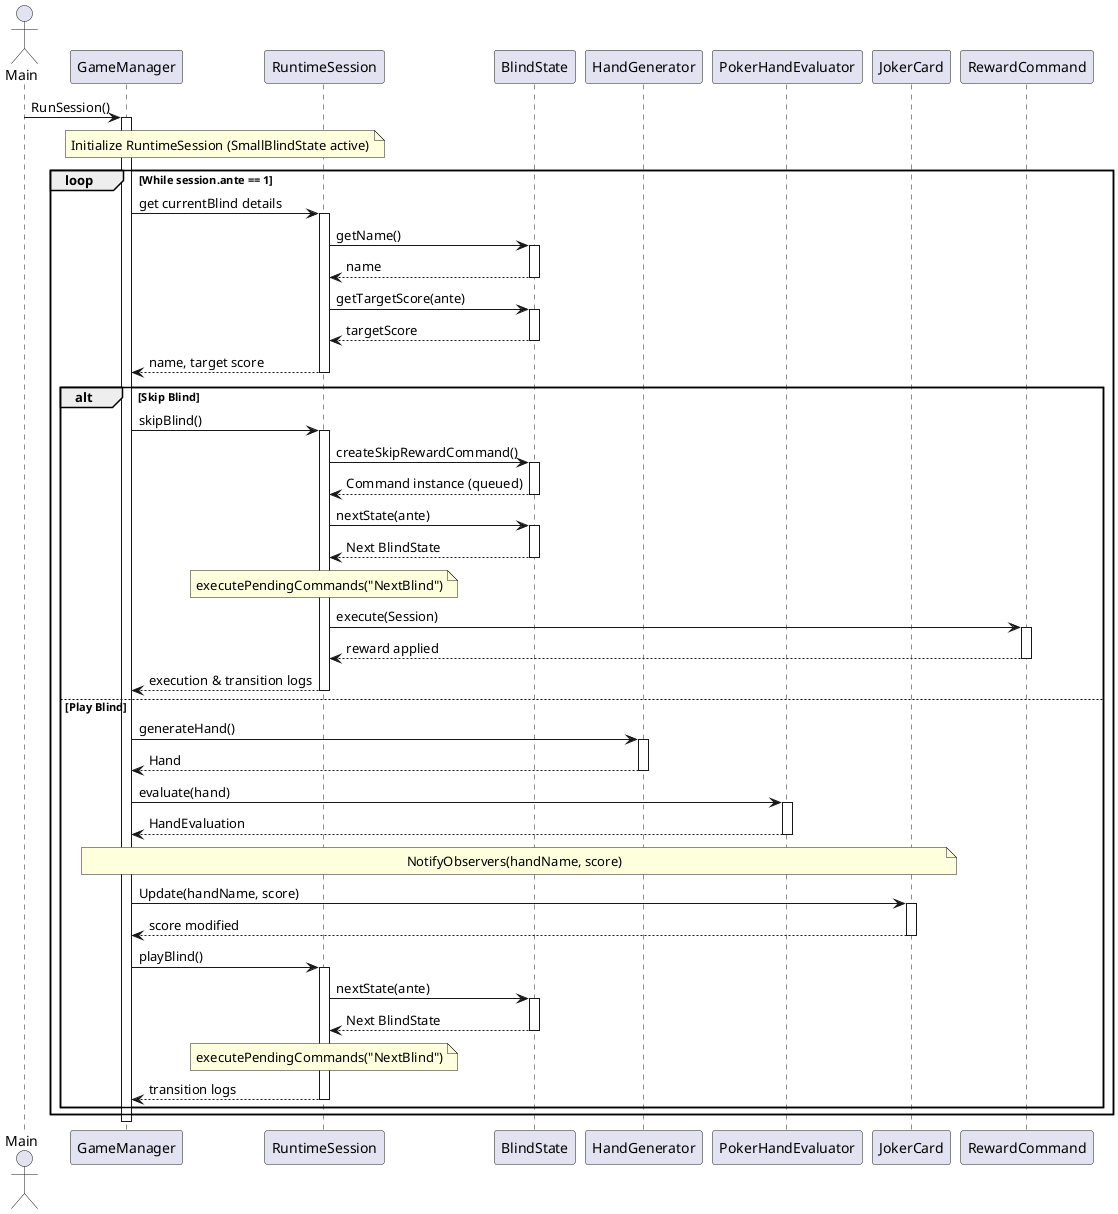
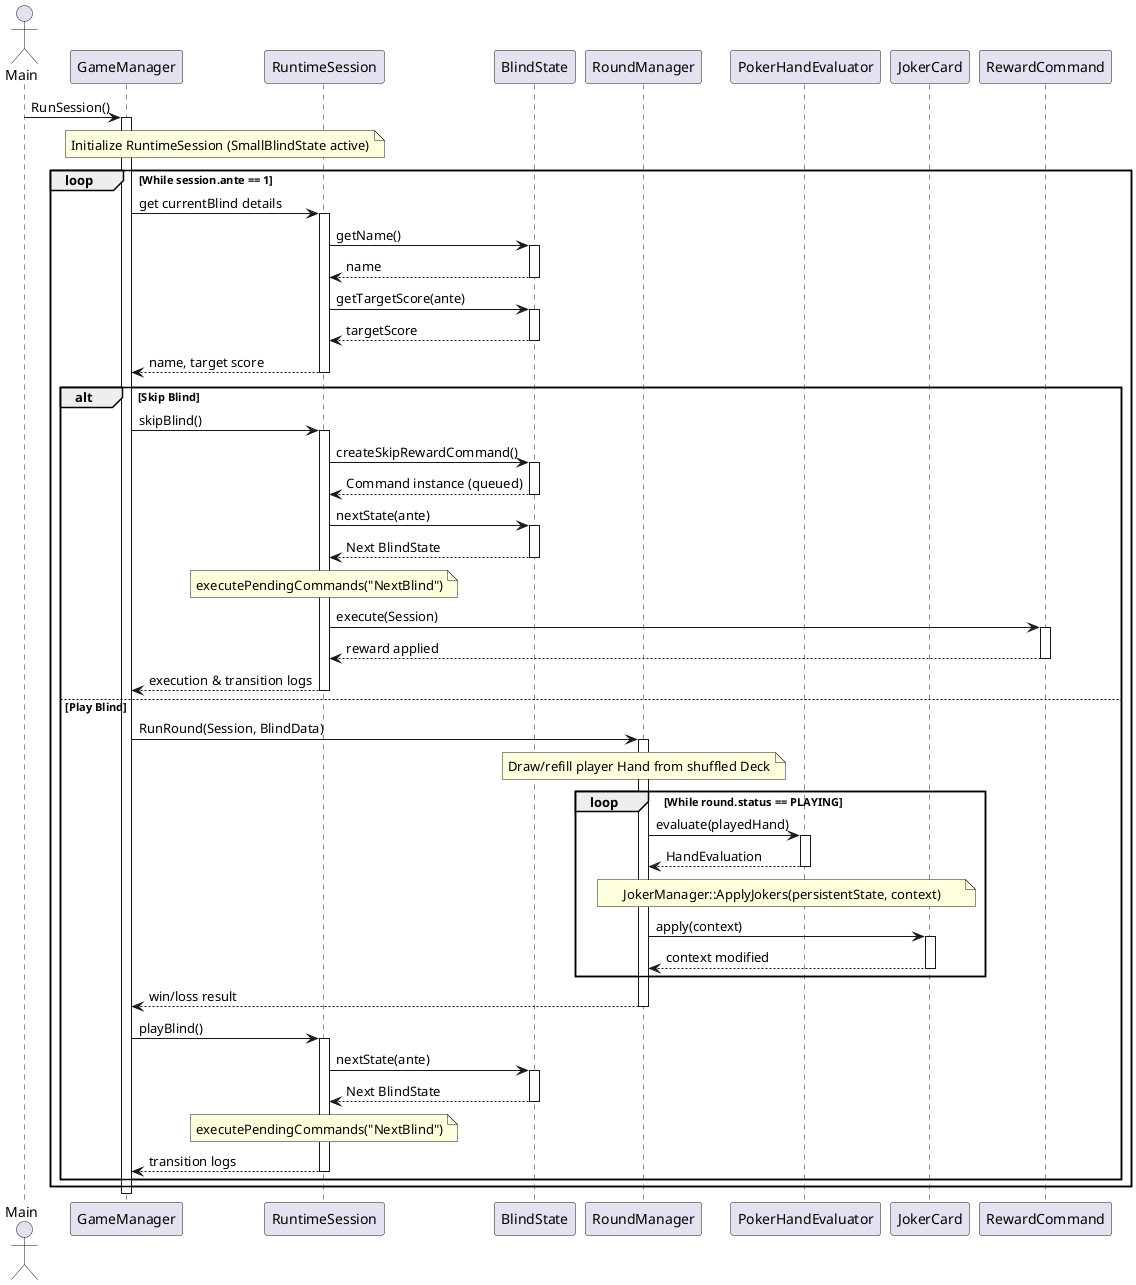
@startuml Poker Hand Evaluator - Sequence Diagram

actor Main
participant "GameManager" as GM
participant "RuntimeSession" as Session
participant "BlindState" as Blind
- participant "HandGenerator" as HG
+ participant "RoundManager" as RM
participant "PokerHandEvaluator" as PHE
participant "JokerCard" as Joker
participant "RewardCommand" as Cmd

Main -> GM: RunSession()
activate GM

Note over GM, Session: Initialize RuntimeSession (SmallBlindState active)

loop While session.ante == 1
    GM -> Session: get currentBlind details
    activate Session
    Session -> Blind: getName()
    activate Blind
    Blind --> Session: name
    deactivate Blind
    Session -> Blind: getTargetScore(ante)
    activate Blind
    Blind --> Session: targetScore
    deactivate Blind
    Session --> GM: name, target score
    deactivate Session

    alt Skip Blind
        GM -> Session: skipBlind()
        activate Session
        Session -> Blind: createSkipRewardCommand()
        activate Blind
        Blind --> Session: Command instance (queued)
        deactivate Blind
        Session -> Blind: nextState(ante)
        activate Blind
        Blind --> Session: Next BlindState
        deactivate Blind
        Note over Session: executePendingCommands("NextBlind")
        Session -> Cmd: execute(Session)
        activate Cmd
        Cmd --> Session: reward applied
        deactivate Cmd
        Session --> GM: execution & transition logs
        deactivate Session
    else Play Blind
-         GM -> HG: generateHand()
-         activate HG
-         HG --> GM: Hand
-         deactivate HG
+         GM -> RM: RunRound(Session, BlindData)
+         activate RM
+         Note over RM: Draw/refill player Hand from shuffled Deck
+         loop While round.status == PLAYING
+             RM -> PHE: evaluate(playedHand)
+             activate PHE
+             PHE --> RM: HandEvaluation
+             deactivate PHE

-         GM -> PHE: evaluate(hand)
-         activate PHE
-         PHE --> GM: HandEvaluation
-         deactivate PHE
- 
-         Note over GM, Joker: NotifyObservers(handName, score)
-         GM -> Joker: Update(handName, score)
-         activate Joker
-         Joker --> GM: score modified
-         deactivate Joker
+             Note over RM, Joker: JokerManager::ApplyJokers(persistentState, context)
+             RM -> Joker: apply(context)
+             activate Joker
+             Joker --> RM: context modified
+             deactivate Joker
+         end
+         RM --> GM: win/loss result
+         deactivate RM

        GM -> Session: playBlind()
        activate Session
        Session -> Blind: nextState(ante)
        activate Blind
        Blind --> Session: Next BlindState
        deactivate Blind
        Note over Session: executePendingCommands("NextBlind")
        Session --> GM: transition logs
        deactivate Session
    end
end

deactivate GM

@enduml
